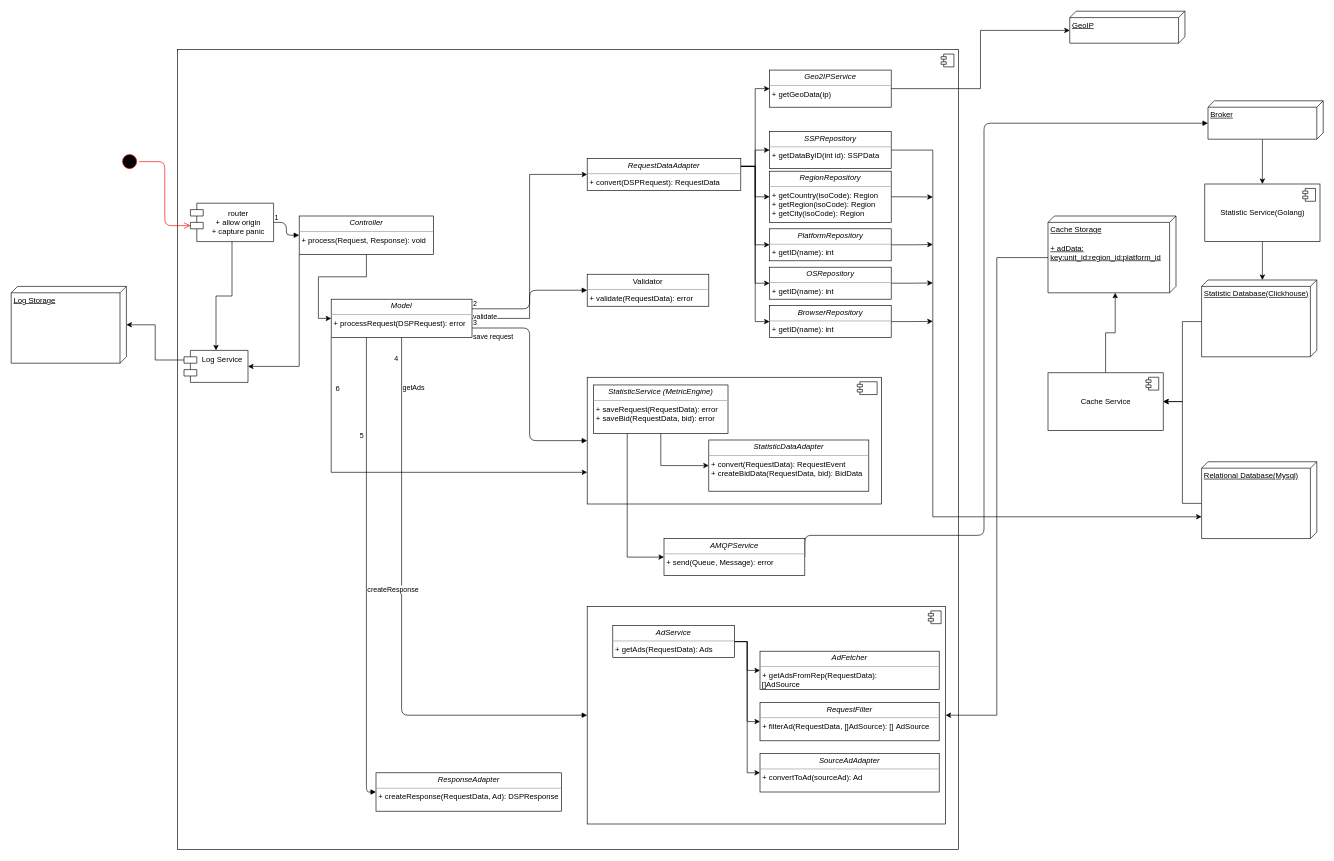
Before: adpartner media dsp.drawio in imil1991/adpartner, a draw.io diagram. Source tidied: cells renumbered, new cells numbered last; positions are measured from the earlier drawing's top-left corner, leaving out a move shared by most shapes. Both pictures are drawn from the tidied source at 64%, with x=0, y=0 at pixel (11, 11).
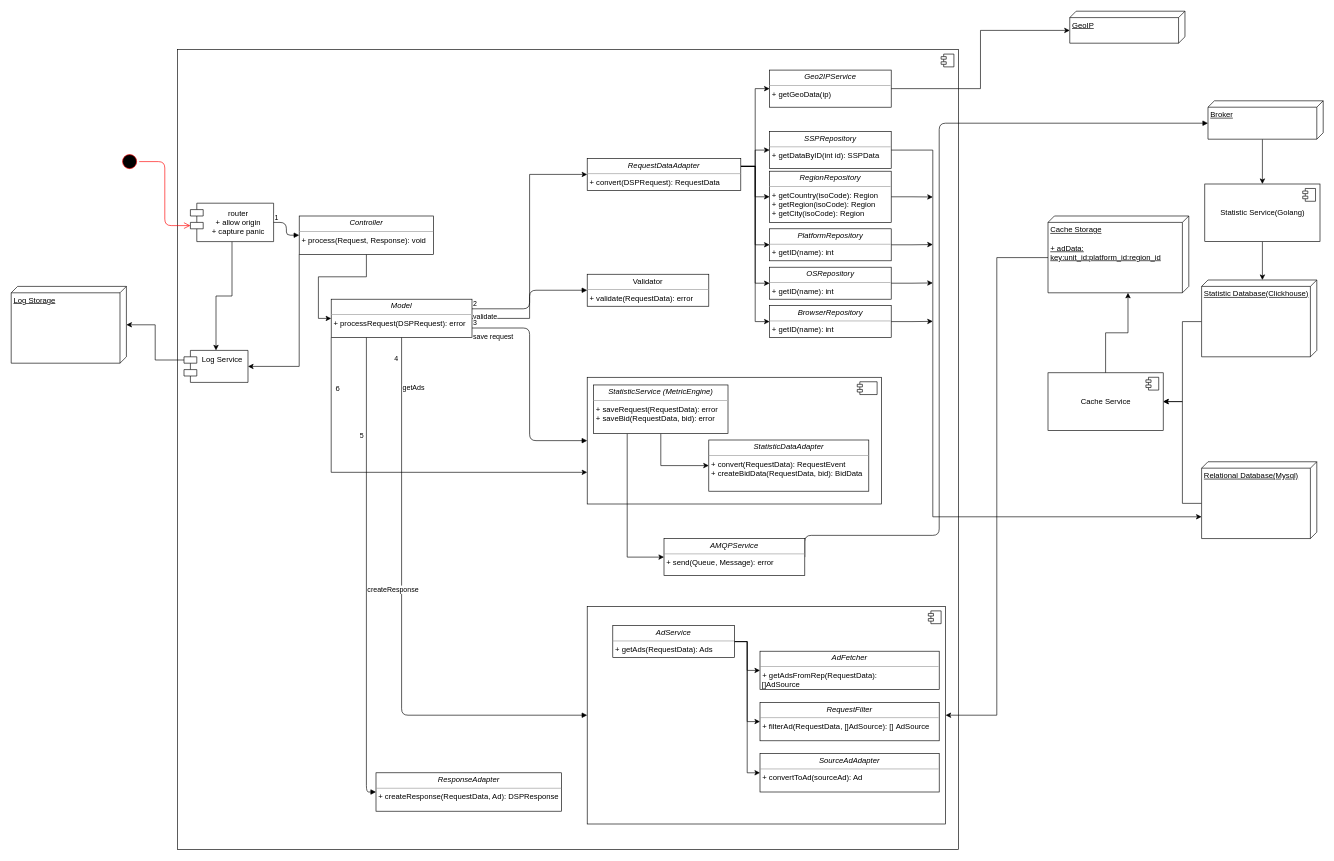
Above is the later version.

Unchanged cells that the change refers to:
```xml
<mxCell id="22" value="Broker" style="verticalAlign=top;align=left;spacingTop=8;spacingLeft=2;spacingRight=12;shape=cube;size=10;direction=south;fontStyle=4;html=1;" parent="1" vertex="1">
  <mxGeometry x="1870" y="140" width="180" height="60" as="geometry" />
</mxCell>
<mxCell id="48" value="&lt;p style=&quot;margin: 0px ; margin-top: 4px ; text-align: center&quot;&gt;&lt;i&gt;AMQPService&lt;/i&gt;&lt;/p&gt;&lt;hr size=&quot;1&quot;&gt;&lt;p style=&quot;margin: 0px ; margin-left: 4px&quot;&gt;+ send(Queue, Message): error&lt;br&gt;&lt;/p&gt;" style="verticalAlign=top;align=left;overflow=fill;fontSize=12;fontFamily=Helvetica;html=1;" parent="1" vertex="1">
  <mxGeometry x="1020" y="824" width="220" height="58" as="geometry" />
</mxCell>
```

Change to the diagram source:
```diff
@@
     <mxCell id="26" style="endArrow=block;endFill=1;html=1;edgeStyle=orthogonalEdgeStyle;align=left;verticalAlign=top;entryX=0;entryY=0;entryDx=35;entryDy=180;entryPerimeter=0;exitX=1;exitY=0.5;exitDx=0;exitDy=0;" parent="1" edge="1" source="48" target="22">
       <mxGeometry x="-1" relative="1" as="geometry">
         <Array as="points">
-          <mxPoint x="1520" y="819" />
-          <mxPoint x="1520" y="175" />
+          <mxPoint x="1240" y="819" />
+          <mxPoint x="1450" y="819" />
+          <mxPoint x="1450" y="175" />
         </Array>
       </mxGeometry>
     </mxCell>
@@
-    <mxCell id="33" value="Cache Storage&lt;br&gt;&lt;br&gt;+ adData:&lt;br&gt;key:unit_id:region_id:platform_id" style="verticalAlign=top;align=left;spacingTop=8;spacingLeft=2;spacingRight=12;shape=cube;size=10;direction=south;fontStyle=4;html=1;" parent="1" vertex="1">
-      <mxGeometry x="1620" y="320" width="200" height="120" as="geometry" />
+    <mxCell id="33" value="Cache Storage&lt;br&gt;&lt;br&gt;+ adData:&lt;br&gt;key:unit_id:platform_id:region_id" style="verticalAlign=top;align=left;spacingTop=8;spacingLeft=2;spacingRight=12;shape=cube;size=10;direction=south;fontStyle=4;html=1;" parent="1" vertex="1">
+      <mxGeometry x="1620" y="320" width="220" height="120" as="geometry" />
     </mxCell>
```
